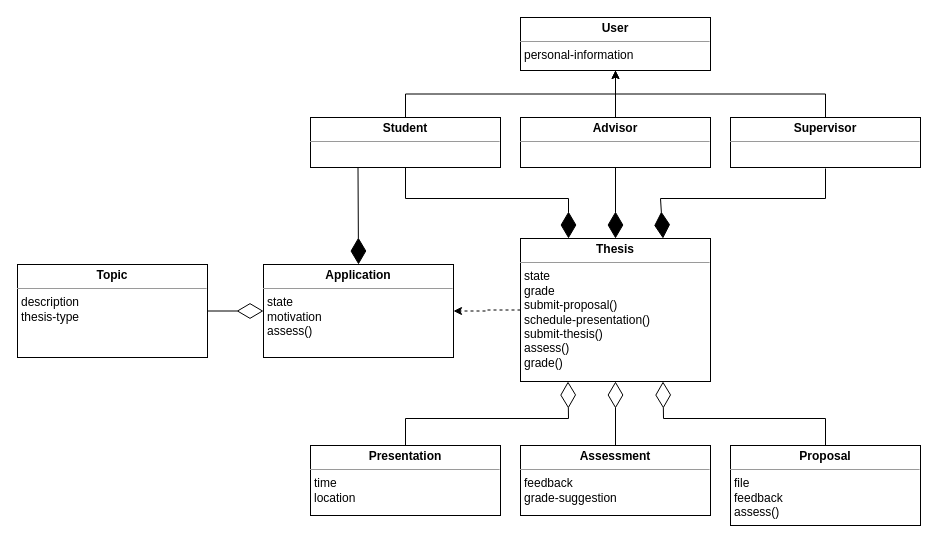
Before: analysis-object-modal.drawio in fabian-emilius/bachelor-thesis-charts, a draw.io diagram. Source tidied: cells renumbered, new cells numbered last; positions are measured from the earlier drawing's top-left corner, leaving out a move shared by most shapes. Both pictures are drawn from the tidied source at 100%, with x=0, y=0 at pixel (17, 17).
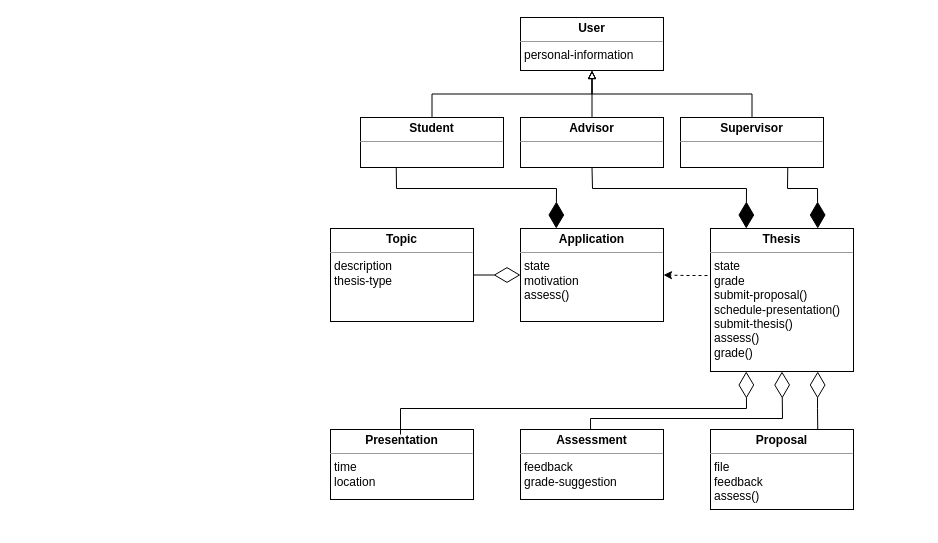
The same page after the edit.

Change to the diagram source:
```diff
@@
-    <mxCell id="2" style="edgeStyle=orthogonalEdgeStyle;rounded=0;jettySize=auto;html=1;exitX=0.5;exitY=0;exitDx=0;exitDy=0;entryX=0.5;entryY=1;entryDx=0;entryDy=0;" parent="1" edge="1" source="3" target="13">
+    <mxCell id="2" style="edgeStyle=orthogonalEdgeStyle;rounded=0;jettySize=auto;html=1;exitX=0.5;exitY=0;exitDx=0;exitDy=0;entryX=0.5;entryY=1;entryDx=0;entryDy=0;endArrow=block;endFill=0;" parent="1" edge="1" source="3" target="13">
       <mxGeometry relative="1" as="geometry" />
     </mxCell>
     <mxCell id="3" value="&lt;p style=&quot;margin:0px;margin-top:4px;text-align:center;&quot;&gt;&lt;b&gt;Student&lt;/b&gt;&lt;/p&gt;&lt;hr size=&quot;1&quot;&gt;&lt;p style=&quot;margin:0px;margin-left:4px;&quot;&gt;&lt;br&gt;&lt;/p&gt;" style="verticalAlign=top;align=left;overflow=fill;fontSize=12;fontFamily=Helvetica;html=1;rounded=0;shadow=0;comic=0;labelBackgroundColor=none;strokeWidth=1;" parent="1" vertex="1">
-      <mxGeometry x="293" y="100" width="190" height="50" as="geometry" />
+      <mxGeometry x="343" y="100" width="143" height="50" as="geometry" />
     </mxCell>
-    <mxCell id="4" style="edgeStyle=orthogonalEdgeStyle;rounded=0;jettySize=auto;html=1;exitX=0.5;exitY=0;exitDx=0;exitDy=0;" parent="1" edge="1" source="5">
-      <mxGeometry relative="1" as="geometry">
-        <mxPoint x="598" y="13" as="targetPoint" />
-      </mxGeometry>
+    <mxCell id="4" style="edgeStyle=orthogonalEdgeStyle;rounded=0;jettySize=auto;html=1;exitX=0.5;exitY=0;exitDx=0;exitDy=0;entryX=0.5;entryY=1;entryDx=0;entryDy=0;endArrow=block;endFill=0;" parent="1" edge="1" source="5" target="13">
+      <mxGeometry relative="1" as="geometry" />
     </mxCell>
     <mxCell id="5" value="&lt;p style=&quot;margin:0px;margin-top:4px;text-align:center;&quot;&gt;&lt;b&gt;Advisor&lt;/b&gt;&lt;/p&gt;&lt;hr size=&quot;1&quot;&gt;&lt;p style=&quot;margin:0px;margin-left:4px;&quot;&gt;&lt;br&gt;&lt;/p&gt;" style="verticalAlign=top;align=left;overflow=fill;fontSize=12;fontFamily=Helvetica;html=1;rounded=0;shadow=0;comic=0;labelBackgroundColor=none;strokeWidth=1;" parent="1" vertex="1">
-      <mxGeometry x="503" y="100" width="190" height="50" as="geometry" />
+      <mxGeometry x="503" y="100" width="143" height="50" as="geometry" />
     </mxCell>
-    <mxCell id="6" style="edgeStyle=orthogonalEdgeStyle;rounded=0;jettySize=auto;html=1;exitX=0.5;exitY=0;exitDx=0;exitDy=0;entryX=0.5;entryY=1;entryDx=0;entryDy=0;" parent="1" edge="1" source="7" target="13">
+    <mxCell id="6" style="edgeStyle=orthogonalEdgeStyle;rounded=0;jettySize=auto;html=1;exitX=0.5;exitY=0;exitDx=0;exitDy=0;entryX=0.5;entryY=1;entryDx=0;entryDy=0;endArrow=block;endFill=0;" parent="1" edge="1" source="7" target="13">
       <mxGeometry relative="1" as="geometry" />
     </mxCell>
     <mxCell id="7" value="&lt;p style=&quot;margin:0px;margin-top:4px;text-align:center;&quot;&gt;&lt;b&gt;Supervisor&lt;/b&gt;&lt;/p&gt;&lt;hr size=&quot;1&quot;&gt;&lt;p style=&quot;margin:0px;margin-left:4px;&quot;&gt;&lt;br&gt;&lt;/p&gt;" style="verticalAlign=top;align=left;overflow=fill;fontSize=12;fontFamily=Helvetica;html=1;rounded=0;shadow=0;comic=0;labelBackgroundColor=none;strokeWidth=1;" parent="1" vertex="1">
-      <mxGeometry x="713" y="100" width="190" height="50" as="geometry" />
+      <mxGeometry x="663" y="100" width="143" height="50" as="geometry" />
     </mxCell>
     <mxCell id="8" value="&lt;p style=&quot;margin:0px;margin-top:4px;text-align:center;&quot;&gt;&lt;b&gt;Topic&lt;/b&gt;&lt;/p&gt;&lt;hr size=&quot;1&quot;&gt;&lt;p style=&quot;margin:0px;margin-left:4px;&quot;&gt;description&lt;/p&gt;&lt;p style=&quot;margin:0px;margin-left:4px;&quot;&gt;thesis-type&lt;/p&gt;" style="verticalAlign=top;align=left;overflow=fill;fontSize=12;fontFamily=Helvetica;html=1;rounded=0;shadow=0;comic=0;labelBackgroundColor=none;strokeWidth=1;" parent="1" vertex="1">
-      <mxGeometry y="247" width="190" height="93" as="geometry" />
+      <mxGeometry x="313" y="211" width="143" height="93" as="geometry" />
     </mxCell>
-    <mxCell id="9" style="edgeStyle=orthogonalEdgeStyle;rounded=0;jettySize=auto;html=1;exitX=0;exitY=0.5;exitDx=0;exitDy=0;entryX=1;entryY=0.5;entryDx=0;entryDy=0;dashed=1;" parent="1" edge="1" source="11" target="10">
+    <mxCell id="9" style="edgeStyle=orthogonalEdgeStyle;rounded=0;jettySize=auto;html=1;exitX=0.021;exitY=0.329;exitDx=0;exitDy=0;entryX=1;entryY=0.5;entryDx=0;entryDy=0;dashed=1;exitPerimeter=0;" parent="1" edge="1" source="11" target="10">
       <mxGeometry relative="1" as="geometry" />
     </mxCell>
     <mxCell id="10" value="&lt;p style=&quot;margin:0px;margin-top:4px;text-align:center;&quot;&gt;&lt;b&gt;Application&lt;/b&gt;&lt;/p&gt;&lt;hr size=&quot;1&quot;&gt;&lt;p style=&quot;margin:0px;margin-left:4px;&quot;&gt;state&lt;/p&gt;&lt;p style=&quot;margin:0px;margin-left:4px;&quot;&gt;motivation&lt;br&gt;assess()&lt;/p&gt;" style="verticalAlign=top;align=left;overflow=fill;fontSize=12;fontFamily=Helvetica;html=1;rounded=0;shadow=0;comic=0;labelBackgroundColor=none;strokeWidth=1;" parent="1" vertex="1">
-      <mxGeometry x="246" y="247" width="190" height="93" as="geometry" />
+      <mxGeometry x="503" y="211" width="143" height="93" as="geometry" />
     </mxCell>
     <mxCell id="11" value="&lt;p style=&quot;margin:0px;margin-top:4px;text-align:center;&quot;&gt;&lt;b&gt;Thesis&lt;/b&gt;&lt;/p&gt;&lt;hr size=&quot;1&quot;&gt;&lt;p style=&quot;margin:0px;margin-left:4px;&quot;&gt;state&lt;/p&gt;&lt;p style=&quot;margin:0px;margin-left:4px;&quot;&gt;grade&lt;/p&gt;&lt;p style=&quot;margin:0px;margin-left:4px;&quot;&gt;submit-proposal()&lt;br&gt;&lt;/p&gt;&lt;p style=&quot;margin:0px;margin-left:4px;&quot;&gt;schedule-presentation()&lt;/p&gt;&lt;p style=&quot;margin:0px;margin-left:4px;&quot;&gt;submit-thesis()&lt;/p&gt;&lt;p style=&quot;margin:0px;margin-left:4px;&quot;&gt;assess()&lt;/p&gt;&lt;p style=&quot;margin:0px;margin-left:4px;&quot;&gt;grade()&lt;/p&gt;" style="verticalAlign=top;align=left;overflow=fill;fontSize=12;fontFamily=Helvetica;html=1;rounded=0;shadow=0;comic=0;labelBackgroundColor=none;strokeWidth=1;" parent="1" vertex="1">
-      <mxGeometry x="503" y="221" width="190" height="143" as="geometry" />
+      <mxGeometry x="693" y="211" width="143" height="143" as="geometry" />
     </mxCell>
     <mxCell id="12" value="&lt;p style=&quot;margin:0px;margin-top:4px;text-align:center;&quot;&gt;&lt;b&gt;Presentation&lt;/b&gt;&lt;/p&gt;&lt;hr size=&quot;1&quot;&gt;&lt;p style=&quot;margin:0px;margin-left:4px;&quot;&gt;time&lt;/p&gt;&lt;p style=&quot;margin:0px;margin-left:4px;&quot;&gt;location&lt;/p&gt;" style="verticalAlign=top;align=left;overflow=fill;fontSize=12;fontFamily=Helvetica;html=1;rounded=0;shadow=0;comic=0;labelBackgroundColor=none;strokeWidth=1;" parent="1" vertex="1">
-      <mxGeometry x="293" y="428" width="190" height="70" as="geometry" />
+      <mxGeometry x="313" y="412" width="143" height="70" as="geometry" />
     </mxCell>
     <mxCell id="13" value="&lt;p style=&quot;margin:0px;margin-top:4px;text-align:center;&quot;&gt;&lt;b&gt;User&lt;/b&gt;&lt;/p&gt;&lt;hr size=&quot;1&quot;&gt;&lt;p style=&quot;margin:0px;margin-left:4px;&quot;&gt;personal-information&lt;/p&gt;" style="verticalAlign=top;align=left;overflow=fill;fontSize=12;fontFamily=Helvetica;html=1;rounded=0;shadow=0;comic=0;labelBackgroundColor=none;strokeWidth=1;" parent="1" vertex="1">
-      <mxGeometry x="503" width="190" height="53" as="geometry" />
+      <mxGeometry x="503" width="143" height="53" as="geometry" />
     </mxCell>
     <mxCell id="14" value="&lt;p style=&quot;margin:0px;margin-top:4px;text-align:center;&quot;&gt;&lt;b&gt;Assessment&lt;/b&gt;&lt;/p&gt;&lt;hr size=&quot;1&quot;&gt;&lt;p style=&quot;margin:0px;margin-left:4px;&quot;&gt;feedback&lt;/p&gt;&lt;p style=&quot;margin:0px;margin-left:4px;&quot;&gt;grade-suggestion&lt;/p&gt;" style="verticalAlign=top;align=left;overflow=fill;fontSize=12;fontFamily=Helvetica;html=1;rounded=0;shadow=0;comic=0;labelBackgroundColor=none;strokeWidth=1;" parent="1" vertex="1">
-      <mxGeometry x="503" y="428" width="190" height="70" as="geometry" />
+      <mxGeometry x="503" y="412" width="143" height="70" as="geometry" />
     </mxCell>
     <mxCell id="15" value="&lt;p style=&quot;margin:0px;margin-top:4px;text-align:center;&quot;&gt;&lt;b&gt;Proposal&lt;/b&gt;&lt;/p&gt;&lt;hr size=&quot;1&quot;&gt;&lt;p style=&quot;margin:0px;margin-left:4px;&quot;&gt;file&lt;/p&gt;&lt;p style=&quot;margin:0px;margin-left:4px;&quot;&gt;feedback&lt;/p&gt;&lt;p style=&quot;margin:0px;margin-left:4px;&quot;&gt;assess()&lt;/p&gt;" style="verticalAlign=top;align=left;overflow=fill;fontSize=12;fontFamily=Helvetica;html=1;rounded=0;shadow=0;comic=0;labelBackgroundColor=none;strokeWidth=1;" parent="1" vertex="1">
-      <mxGeometry x="713" y="428" width="190" height="80" as="geometry" />
+      <mxGeometry x="693" y="412" width="143" height="80" as="geometry" />
     </mxCell>
-    <mxCell id="16" style="endArrow=diamondThin;endFill=0;endSize=24;html=1;rounded=0;entryX=0.25;entryY=1;entryDx=0;entryDy=0;exitX=0.5;exitY=0;exitDx=0;exitDy=0;" parent="1" edge="1" source="12" target="11">
+    <mxCell id="16" style="endArrow=diamondThin;endFill=0;endSize=24;html=1;rounded=0;entryX=0.25;entryY=1;entryDx=0;entryDy=0;" parent="1" edge="1" target="11">
       <mxGeometry relative="1" as="geometry">
+        <mxPoint x="383" y="417" as="sourcePoint" />
         <Array as="points">
-          <mxPoint x="388" y="401" />
-          <mxPoint x="551" y="401" />
+          <mxPoint x="383" y="391" />
+          <mxPoint x="729" y="391" />
         </Array>
       </mxGeometry>
     </mxCell>
-    <mxCell id="17" style="endArrow=diamondThin;endFill=0;endSize=24;html=1;rounded=0;exitX=0.5;exitY=0;exitDx=0;exitDy=0;entryX=0.75;entryY=1;entryDx=0;entryDy=0;" parent="1" edge="1" source="15" target="11">
+    <mxCell id="17" style="endArrow=diamondThin;endFill=0;endSize=24;html=1;rounded=0;exitX=0.75;exitY=0;exitDx=0;exitDy=0;entryX=0.75;entryY=1;entryDx=0;entryDy=0;" parent="1" edge="1" source="15" target="11">
       <mxGeometry relative="1" as="geometry">
         <Array as="points">
-          <mxPoint x="808" y="401" />
-          <mxPoint x="646" y="401" />
+          <mxPoint x="800" y="391" />
         </Array>
       </mxGeometry>
     </mxCell>
-    <mxCell id="18" style="endArrow=diamondThin;endFill=0;endSize=24;html=1;rounded=0;entryX=0.5;entryY=1;entryDx=0;entryDy=0;exitX=0.5;exitY=0;exitDx=0;exitDy=0;" parent="1" edge="1" source="14" target="11">
-      <mxGeometry relative="1" as="geometry" />
+    <mxCell id="18" style="endArrow=diamondThin;endFill=0;endSize=24;html=1;rounded=0;entryX=0.5;entryY=1;entryDx=0;entryDy=0;exitX=0.49;exitY=0.006;exitDx=0;exitDy=0;exitPerimeter=0;" parent="1" edge="1" source="14" target="11">
+      <mxGeometry relative="1" as="geometry">
+        <Array as="points">
+          <mxPoint x="573" y="401" />
+          <mxPoint x="765" y="401" />
+        </Array>
+      </mxGeometry>
     </mxCell>
-    <mxCell id="19" style="endArrow=diamondThin;endFill=1;endSize=24;html=1;rounded=0;exitX=0.5;exitY=1;exitDx=0;exitDy=0;" parent="1" edge="1" source="3">
-      <mxGeometry relative="1" as="geometry">
-        <mxPoint x="551" y="221" as="targetPoint" />
-        <Array as="points">
-          <mxPoint x="388" y="181" />
-          <mxPoint x="551" y="181" />
-        </Array>
-      </mxGeometry>
-    </mxCell>
-    <mxCell id="20" style="endArrow=diamondThin;endFill=1;endSize=24;html=1;rounded=0;exitX=0.5;exitY=1;exitDx=0;exitDy=0;entryX=0.5;entryY=0;entryDx=0;entryDy=0;" parent="1" edge="1" source="5" target="11">
-      <mxGeometry relative="1" as="geometry" />
+    <mxCell id="20" style="endArrow=diamondThin;endFill=1;endSize=24;html=1;rounded=0;exitX=0.5;exitY=1;exitDx=0;exitDy=0;entryX=0.25;entryY=0;entryDx=0;entryDy=0;" parent="1" edge="1" source="5" target="11">
+      <mxGeometry relative="1" as="geometry">
+        <Array as="points">
+          <mxPoint x="575" y="171" />
+          <mxPoint x="729" y="171" />
+        </Array>
+      </mxGeometry>
     </mxCell>
-    <mxCell id="21" style="endArrow=diamondThin;endFill=1;endSize=24;html=1;rounded=0;entryX=0.75;entryY=0;entryDx=0;entryDy=0;" parent="1" edge="1" target="11">
+    <mxCell id="21" style="endArrow=diamondThin;endFill=1;endSize=24;html=1;rounded=0;entryX=0.75;entryY=0;entryDx=0;entryDy=0;exitX=0.75;exitY=1;exitDx=0;exitDy=0;" parent="1" edge="1" source="7" target="11">
       <mxGeometry relative="1" as="geometry">
-        <mxPoint x="808" y="151" as="sourcePoint" />
         <Array as="points">
-          <mxPoint x="808" y="181" />
-          <mxPoint x="643" y="181" />
+          <mxPoint x="770" y="171" />
+          <mxPoint x="800" y="171" />
         </Array>
       </mxGeometry>
     </mxCell>
@@
-    <mxCell id="23" style="endArrow=diamondThin;endFill=1;endSize=24;html=1;rounded=0;exitX=0.25;exitY=1;exitDx=0;exitDy=0;entryX=0.5;entryY=0;entryDx=0;entryDy=0;" parent="1" edge="1" source="3" target="10">
-      <mxGeometry relative="1" as="geometry" />
+    <mxCell id="23" style="endArrow=diamondThin;endFill=1;endSize=24;html=1;rounded=0;exitX=0.25;exitY=1;exitDx=0;exitDy=0;entryX=0.25;entryY=0;entryDx=0;entryDy=0;" parent="1" edge="1" source="3" target="10">
+      <mxGeometry relative="1" as="geometry">
+        <Array as="points">
+          <mxPoint x="379" y="171" />
+          <mxPoint x="539" y="171" />
+        </Array>
+      </mxGeometry>
     </mxCell>
```
